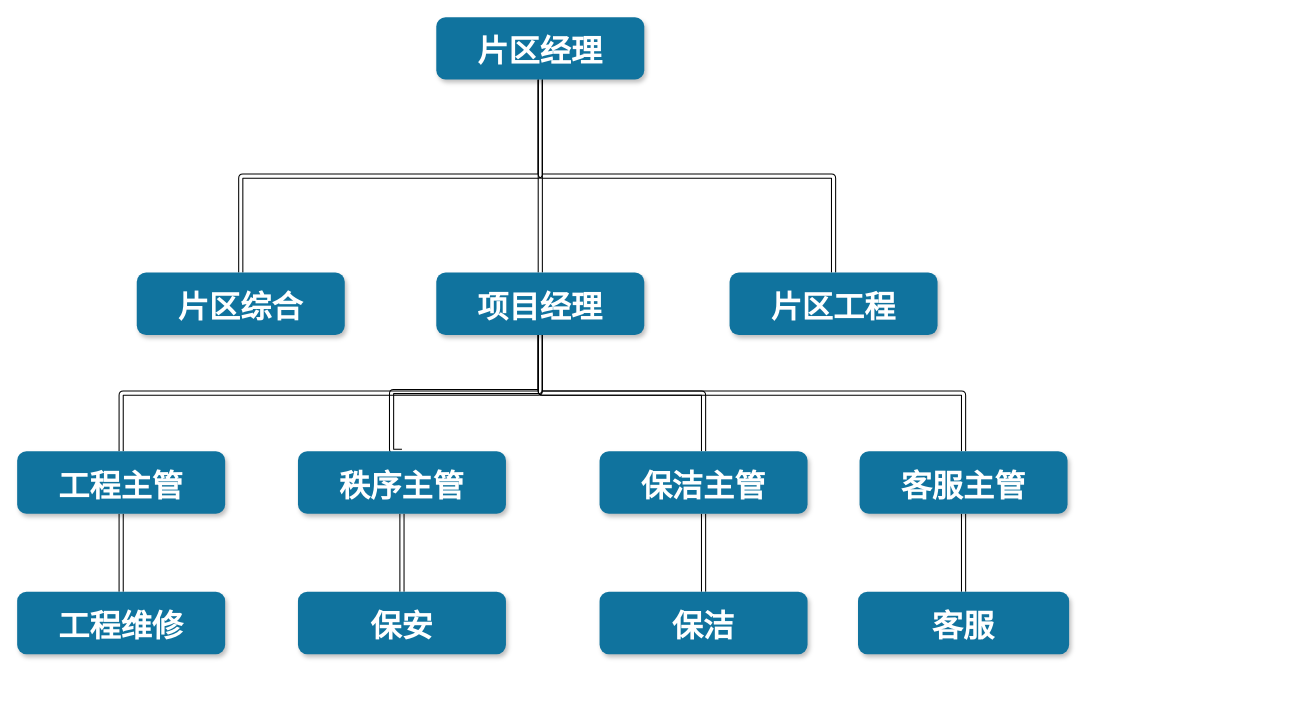
Earlier version of the draw.io diagram page "Page-1" (1 of 2) of Untitled Diagram.drawio (rockysroll/testgit). Source tidied: cells renumbered, new cells numbered last; positions are measured from the earlier drawing's top-left corner, leaving out a move shared by most shapes. Both pictures are drawn from the tidied source at 104%, with x=0, y=0 at pixel (17, 17).
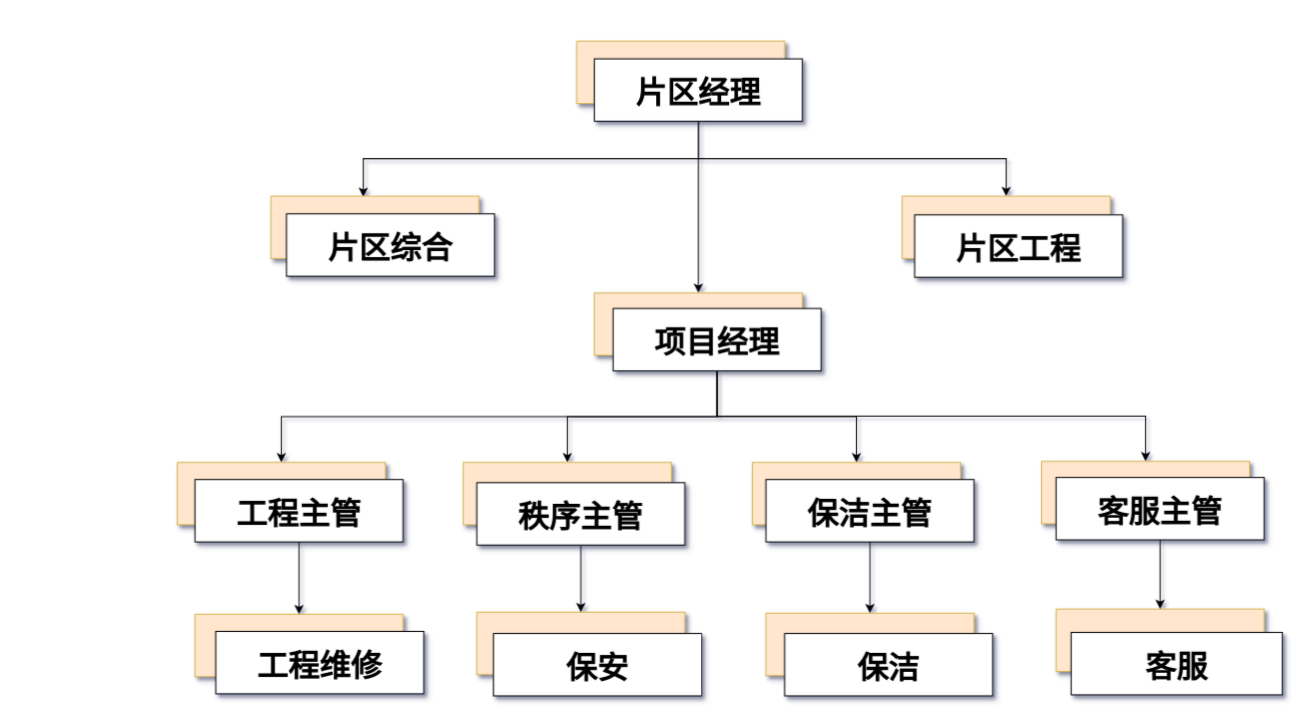
The same page after the edit.

The edit, as a diff of the source:
```diff
@@
-<mxGraphModel>
+<mxGraphModel background="#ffffff" shadow="1">
@@
-    <mxCell id="2" style="edgeStyle=orthogonalEdgeStyle;shape=link;rounded=1;jettySize=auto;html=1;exitX=0.5;exitY=1;exitDx=0;exitDy=0;" parent="1" edge="1" source="5" target="6">
-      <mxGeometry relative="1" as="geometry" />
-    </mxCell>
-    <mxCell id="3" style="edgeStyle=orthogonalEdgeStyle;shape=link;rounded=1;jettySize=auto;html=1;entryX=0.5;entryY=0;entryDx=0;entryDy=0;exitX=0.5;exitY=1;exitDx=0;exitDy=0;" parent="1" edge="1" source="5" target="12">
-      <mxGeometry relative="1" as="geometry" />
-    </mxCell>
-    <mxCell id="4" style="edgeStyle=orthogonalEdgeStyle;shape=link;rounded=1;jettySize=auto;html=1;entryX=0.5;entryY=0;entryDx=0;entryDy=0;" parent="1" edge="1" source="5" target="11">
-      <mxGeometry relative="1" as="geometry" />
-    </mxCell>
-    <mxCell id="5" value="片区经理" style="rounded=1;fillColor=#10739E;strokeColor=none;shadow=1;gradientColor=none;fontStyle=1;fontColor=#FFFFFF;fontSize=30;" parent="1" vertex="1">
-      <mxGeometry x="403" width="200" height="60" as="geometry" />
+    <mxCell id="5" style="rounded=0;strokeColor=#d6b656;shadow=1;fontStyle=1;fontSize=30;labelBackgroundColor=none;fillColor=#FFE6CC;" parent="1" vertex="1">
+      <mxGeometry x="538" y="23" width="200" height="60" as="geometry" />
     </mxCell>
+    <mxCell id="25" style="edgeStyle=orthogonalEdgeStyle;rounded=0;jettySize=auto;html=1;entryX=0.444;entryY=0.014;entryDx=0;entryDy=0;entryPerimeter=0;exitX=0.5;exitY=1;exitDx=0;exitDy=0;" parent="1" edge="1" source="28" target="29">
+      <mxGeometry relative="1" as="geometry" />
+    </mxCell>
+    <mxCell id="26" style="edgeStyle=orthogonalEdgeStyle;rounded=0;jettySize=auto;html=1;exitX=0.5;exitY=1;exitDx=0;exitDy=0;entryX=0.5;entryY=0;entryDx=0;entryDy=0;" parent="1" edge="1" source="28" target="35">
+      <mxGeometry relative="1" as="geometry" />
+    </mxCell>
+    <mxCell id="27" style="edgeStyle=orthogonalEdgeStyle;rounded=0;jettySize=auto;html=1;" parent="1" edge="1" source="28" target="30">
+      <mxGeometry relative="1" as="geometry" />
+    </mxCell>
+    <mxCell id="28" value="片区经理" style="rounded=0;shadow=1;fontStyle=1;fontSize=30;labelBackgroundColor=none;" parent="1" vertex="1">
+      <mxGeometry x="555" y="40" width="200" height="60" as="geometry" />
+    </mxCell>
+    <mxCell id="29" style="rounded=0;strokeColor=#d6b656;shadow=1;fontStyle=1;fontSize=30;labelBackgroundColor=none;fillColor=#FFE6CC;" parent="1" vertex="1">
+      <mxGeometry x="244" y="172" width="200" height="60" as="geometry" />
+    </mxCell>
-    <mxCell id="6" value="片区综合" style="rounded=1;fillColor=#10739E;strokeColor=none;shadow=1;gradientColor=none;fontStyle=1;fontColor=#FFFFFF;fontSize=30;" parent="1" vertex="1">
-      <mxGeometry x="115" y="245.5" width="200" height="60" as="geometry" />
+    <mxCell id="6" value="片区综合" style="rounded=0;shadow=1;fontStyle=1;fontSize=30;labelBackgroundColor=none;" parent="1" vertex="1">
+      <mxGeometry x="259" y="189" width="200" height="60" as="geometry" />
     </mxCell>
-    <mxCell id="7" style="edgeStyle=orthogonalEdgeStyle;shape=link;rounded=1;jettySize=auto;html=1;exitX=0.5;exitY=1;exitDx=0;exitDy=0;entryX=0.5;entryY=0;entryDx=0;entryDy=0;" parent="1" edge="1" source="11" target="14">
-      <mxGeometry relative="1" as="geometry" />
-    </mxCell>
-    <mxCell id="8" style="edgeStyle=orthogonalEdgeStyle;shape=link;rounded=1;jettySize=auto;html=1;entryX=0.5;entryY=0;entryDx=0;entryDy=0;" parent="1" edge="1" source="11" target="17">
-      <mxGeometry relative="1" as="geometry">
-        <Array as="points">
-          <mxPoint x="503" y="360" />
-          <mxPoint x="360" y="360" />
-        </Array>
-      </mxGeometry>
-    </mxCell>
-    <mxCell id="9" style="edgeStyle=orthogonalEdgeStyle;shape=link;rounded=1;jettySize=auto;html=1;entryX=0.5;entryY=0;entryDx=0;entryDy=0;" parent="1" edge="1" source="11" target="20">
-      <mxGeometry relative="1" as="geometry" />
-    </mxCell>
-    <mxCell id="10" style="edgeStyle=orthogonalEdgeStyle;shape=link;rounded=1;jettySize=auto;html=1;entryX=0.5;entryY=0;entryDx=0;entryDy=0;exitX=0.5;exitY=1;exitDx=0;exitDy=0;" parent="1" edge="1" source="11" target="23">
-      <mxGeometry relative="1" as="geometry" />
-    </mxCell>
+    <mxCell id="30" style="rounded=0;strokeColor=#d6b656;shadow=1;fontStyle=1;fontSize=30;labelBackgroundColor=none;fillColor=#FFE6CC;" parent="1" vertex="1">
+      <mxGeometry x="555" y="265" width="200" height="60" as="geometry" />
+    </mxCell>
+    <mxCell id="31" style="edgeStyle=orthogonalEdgeStyle;rounded=0;jettySize=auto;html=1;exitX=0.5;exitY=1;exitDx=0;exitDy=0;" parent="1" edge="1" source="11" target="36">
+      <mxGeometry relative="1" as="geometry" />
+    </mxCell>
+    <mxCell id="32" style="edgeStyle=orthogonalEdgeStyle;rounded=0;jettySize=auto;html=1;" parent="1" edge="1" source="11" target="37">
+      <mxGeometry relative="1" as="geometry" />
+    </mxCell>
+    <mxCell id="33" style="edgeStyle=orthogonalEdgeStyle;rounded=0;jettySize=auto;html=1;" parent="1" edge="1" source="11" target="38">
+      <mxGeometry relative="1" as="geometry" />
+    </mxCell>
+    <mxCell id="34" style="edgeStyle=orthogonalEdgeStyle;rounded=0;jettySize=auto;html=1;entryX=0.5;entryY=0;entryDx=0;entryDy=0;exitX=0.5;exitY=1;exitDx=0;exitDy=0;" parent="1" edge="1" source="11" target="39">
+      <mxGeometry relative="1" as="geometry" />
+    </mxCell>
-    <mxCell id="11" value="项目经理" style="rounded=1;fillColor=#10739E;strokeColor=none;shadow=1;gradientColor=none;fontStyle=1;fontColor=#FFFFFF;fontSize=30;" parent="1" vertex="1">
-      <mxGeometry x="403" y="245.5" width="200" height="60" as="geometry" />
+    <mxCell id="11" value="项目经理" style="rounded=0;shadow=1;fontStyle=1;fontSize=30;labelBackgroundColor=none;" parent="1" vertex="1">
+      <mxGeometry x="573" y="280" width="200" height="60" as="geometry" />
     </mxCell>
+    <mxCell id="35" style="rounded=0;strokeColor=#d6b656;shadow=1;fontStyle=1;fontSize=30;labelBackgroundColor=none;fillColor=#FFE6CC;" parent="1" vertex="1">
+      <mxGeometry x="851" y="172" width="200" height="60" as="geometry" />
+    </mxCell>
-    <mxCell id="12" value="片区工程" style="rounded=1;fillColor=#10739E;strokeColor=none;shadow=1;gradientColor=none;fontStyle=1;fontColor=#FFFFFF;fontSize=30;" parent="1" vertex="1">
-      <mxGeometry x="685" y="245.5" width="200" height="60" as="geometry" />
+    <mxCell id="12" value="片区工程" style="rounded=0;shadow=1;fontStyle=1;fontSize=30;labelBackgroundColor=none;" parent="1" vertex="1">
+      <mxGeometry x="863" y="190" width="200" height="60" as="geometry" />
     </mxCell>
-    <mxCell id="13" style="edgeStyle=orthogonalEdgeStyle;shape=link;rounded=1;jettySize=auto;html=1;exitX=0.5;exitY=1;exitDx=0;exitDy=0;entryX=0.5;entryY=0;entryDx=0;entryDy=0;" parent="1" edge="1" source="14" target="15">
-      <mxGeometry relative="1" as="geometry" />
-    </mxCell>
+    <mxCell id="36" style="rounded=0;strokeColor=#d6b656;shadow=1;fontStyle=1;fontSize=30;labelBackgroundColor=none;fillColor=#FFE6CC;" parent="1" vertex="1">
+      <mxGeometry x="154" y="428" width="200" height="60" as="geometry" />
+    </mxCell>
+    <mxCell id="37" style="rounded=0;strokeColor=#d6b656;shadow=1;fontStyle=1;fontSize=30;labelBackgroundColor=none;fillColor=#FFE6CC;" parent="1" vertex="1">
+      <mxGeometry x="429" y="428" width="200" height="60" as="geometry" />
+    </mxCell>
+    <mxCell id="38" style="rounded=0;strokeColor=#d6b656;shadow=1;fontStyle=1;fontSize=30;labelBackgroundColor=none;fillColor=#FFE6CC;" parent="1" vertex="1">
+      <mxGeometry x="707" y="428" width="200" height="60" as="geometry" />
+    </mxCell>
+    <mxCell id="39" style="rounded=0;strokeColor=#d6b656;shadow=1;fontStyle=1;fontSize=30;labelBackgroundColor=none;fillColor=#FFE6CC;" parent="1" vertex="1">
+      <mxGeometry x="985" y="427" width="200" height="60" as="geometry" />
+    </mxCell>
+    <mxCell id="40" style="rounded=0;strokeColor=#d6b656;shadow=1;fontStyle=1;fontSize=30;labelBackgroundColor=none;fillColor=#FFE6CC;" parent="1" vertex="1">
+      <mxGeometry x="171" y="574" width="200" height="60" as="geometry" />
+    </mxCell>
+    <mxCell id="41" style="rounded=0;strokeColor=#d6b656;shadow=1;fontStyle=1;fontSize=30;labelBackgroundColor=none;fillColor=#FFE6CC;" parent="1" vertex="1">
+      <mxGeometry x="442" y="572" width="200" height="60" as="geometry" />
+    </mxCell>
+    <mxCell id="42" style="rounded=0;strokeColor=#d6b656;shadow=1;fontStyle=1;fontSize=30;labelBackgroundColor=none;fillColor=#FFE6CC;" parent="1" vertex="1">
+      <mxGeometry x="720" y="573" width="200" height="60" as="geometry" />
+    </mxCell>
+    <mxCell id="43" style="rounded=0;strokeColor=#d6b656;shadow=1;fontStyle=1;fontSize=30;labelBackgroundColor=none;fillColor=#FFE6CC;" parent="1" vertex="1">
+      <mxGeometry x="999" y="569" width="200" height="60" as="geometry" />
+    </mxCell>
+    <mxCell id="44" style="edgeStyle=orthogonalEdgeStyle;rounded=0;jettySize=auto;html=1;exitX=0.5;exitY=1;exitDx=0;exitDy=0;" parent="1" edge="1" source="14" target="40">
+      <mxGeometry relative="1" as="geometry" />
+    </mxCell>
-    <mxCell id="14" value="工程主管" style="rounded=1;fillColor=#10739E;strokeColor=none;shadow=1;gradientColor=none;fontStyle=1;fontColor=#FFFFFF;fontSize=30;" parent="1" vertex="1">
-      <mxGeometry y="417.5" width="200" height="60" as="geometry" />
+    <mxCell id="14" value="工程主管" style="rounded=0;shadow=1;fontStyle=1;fontSize=30;labelBackgroundColor=none;" parent="1" vertex="1">
+      <mxGeometry x="171" y="444.5" width="200" height="60" as="geometry" />
     </mxCell>
+    <mxCell id="45" style="edgeStyle=orthogonalEdgeStyle;rounded=0;jettySize=auto;html=1;exitX=0.5;exitY=1;exitDx=0;exitDy=0;" parent="1" edge="1" source="17" target="41">
+      <mxGeometry relative="1" as="geometry" />
+    </mxCell>
+    <mxCell id="17" value="秩序主管" style="rounded=0;shadow=1;fontStyle=1;fontSize=30;labelBackgroundColor=none;" parent="1" vertex="1">
+      <mxGeometry x="442" y="447.5" width="200" height="60" as="geometry" />
+    </mxCell>
+    <mxCell id="46" style="edgeStyle=orthogonalEdgeStyle;rounded=0;jettySize=auto;html=1;exitX=0.5;exitY=1;exitDx=0;exitDy=0;" parent="1" edge="1" source="20" target="42">
+      <mxGeometry relative="1" as="geometry" />
+    </mxCell>
+    <mxCell id="20" value="保洁主管" style="rounded=0;shadow=1;fontStyle=1;fontSize=30;labelBackgroundColor=none;" parent="1" vertex="1">
+      <mxGeometry x="720" y="444.5" width="200" height="60" as="geometry" />
+    </mxCell>
+    <mxCell id="47" style="edgeStyle=orthogonalEdgeStyle;rounded=0;jettySize=auto;html=1;exitX=0.5;exitY=1;exitDx=0;exitDy=0;entryX=0.5;entryY=0;entryDx=0;entryDy=0;" parent="1" edge="1" source="23" target="43">
+      <mxGeometry relative="1" as="geometry" />
+    </mxCell>
+    <mxCell id="23" value="客服主管" style="rounded=0;shadow=1;fontStyle=1;fontSize=30;labelBackgroundColor=none;" parent="1" vertex="1">
+      <mxGeometry x="999" y="442.5" width="200" height="60" as="geometry" />
+    </mxCell>
-    <mxCell id="15" value="工程维修" style="rounded=1;fillColor=#10739E;strokeColor=none;shadow=1;gradientColor=none;fontStyle=1;fontColor=#FFFFFF;fontSize=30;" parent="1" vertex="1">
-      <mxGeometry y="552.5" width="200" height="60" as="geometry" />
+    <mxCell id="15" value="工程维修" style="rounded=0;shadow=1;fontStyle=1;fontSize=30;labelBackgroundColor=none;" parent="1" vertex="1">
+      <mxGeometry x="191" y="590.5" width="200" height="60" as="geometry" />
     </mxCell>
-    <mxCell id="16" style="edgeStyle=orthogonalEdgeStyle;shape=link;rounded=1;jettySize=auto;html=1;" parent="1" edge="1" source="17" target="18">
-      <mxGeometry relative="1" as="geometry" />
-    </mxCell>
-    <mxCell id="17" value="秩序主管" style="rounded=1;fillColor=#10739E;strokeColor=none;shadow=1;gradientColor=none;fontStyle=1;fontColor=#FFFFFF;fontSize=30;" parent="1" vertex="1">
-      <mxGeometry x="270" y="417.5" width="200" height="60" as="geometry" />
-    </mxCell>
-    <mxCell id="18" value="保安" style="rounded=1;fillColor=#10739E;strokeColor=none;shadow=1;gradientColor=none;fontStyle=1;fontColor=#FFFFFF;fontSize=30;" parent="1" vertex="1">
-      <mxGeometry x="270" y="552.5" width="200" height="60" as="geometry" />
+    <mxCell id="18" value="保安" style="rounded=0;shadow=1;fontStyle=1;fontSize=30;labelBackgroundColor=none;" parent="1" vertex="1">
+      <mxGeometry x="458" y="592.5" width="200" height="60" as="geometry" />
     </mxCell>
-    <mxCell id="19" style="edgeStyle=orthogonalEdgeStyle;shape=link;rounded=1;jettySize=auto;html=1;" parent="1" edge="1" source="20" target="21">
-      <mxGeometry relative="1" as="geometry" />
-    </mxCell>
-    <mxCell id="20" value="保洁主管" style="rounded=1;fillColor=#10739E;strokeColor=none;shadow=1;gradientColor=none;fontStyle=1;fontColor=#FFFFFF;fontSize=30;" parent="1" vertex="1">
-      <mxGeometry x="560" y="417.5" width="200" height="60" as="geometry" />
-    </mxCell>
-    <mxCell id="21" value="保洁" style="rounded=1;fillColor=#10739E;strokeColor=none;shadow=1;gradientColor=none;fontStyle=1;fontColor=#FFFFFF;fontSize=30;" parent="1" vertex="1">
-      <mxGeometry x="560" y="552.5" width="200" height="60" as="geometry" />
+    <mxCell id="21" value="保洁" style="rounded=0;shadow=1;fontStyle=1;fontSize=30;labelBackgroundColor=none;" parent="1" vertex="1">
+      <mxGeometry x="738" y="592.5" width="200" height="60" as="geometry" />
     </mxCell>
-    <mxCell id="22" style="edgeStyle=orthogonalEdgeStyle;shape=link;rounded=1;jettySize=auto;html=1;" parent="1" edge="1" source="23" target="24">
-      <mxGeometry relative="1" as="geometry" />
-    </mxCell>
-    <mxCell id="23" value="客服主管" style="rounded=1;fillColor=#10739E;strokeColor=none;shadow=1;gradientColor=none;fontStyle=1;fontColor=#FFFFFF;fontSize=30;" parent="1" vertex="1">
-      <mxGeometry x="810" y="417.5" width="200" height="60" as="geometry" />
-    </mxCell>
-    <mxCell id="24" value="客服" style="rounded=1;fillColor=#10739E;strokeColor=none;shadow=1;gradientColor=none;fontStyle=1;fontColor=#FFFFFF;fontSize=30;" parent="1" vertex="1">
-      <mxGeometry x="808.5" y="552.5" width="203" height="60" as="geometry" />
+    <mxCell id="24" value="客服" style="rounded=0;shadow=1;fontStyle=1;fontSize=30;labelBackgroundColor=none;" parent="1" vertex="1">
+      <mxGeometry x="1013.5" y="591.5" width="203" height="60" as="geometry" />
     </mxCell>
```
